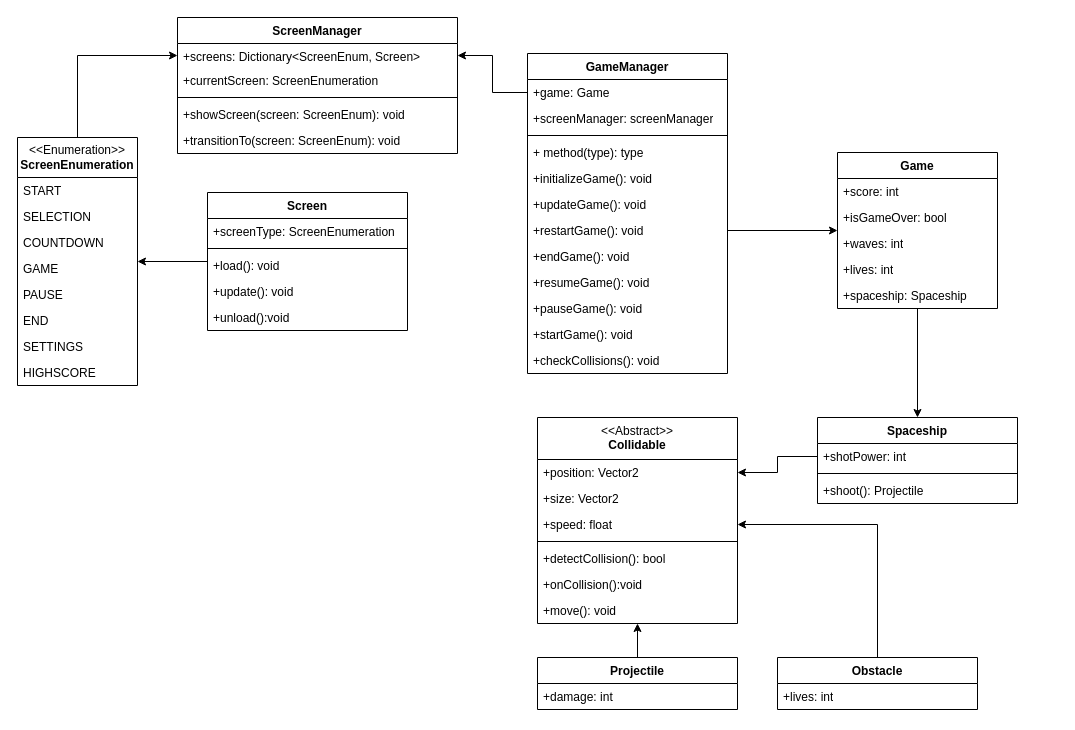
The draw.io diagram Klassendiagramm.drawio in JakobKrug/DrawIO, before the edit. Source tidied: cells renumbered, new cells numbered last; positions are measured from the earlier drawing's top-left corner, leaving out a move shared by most shapes. Both pictures are drawn from the tidied source at 100%, with x=0, y=0 at pixel (17, 17).
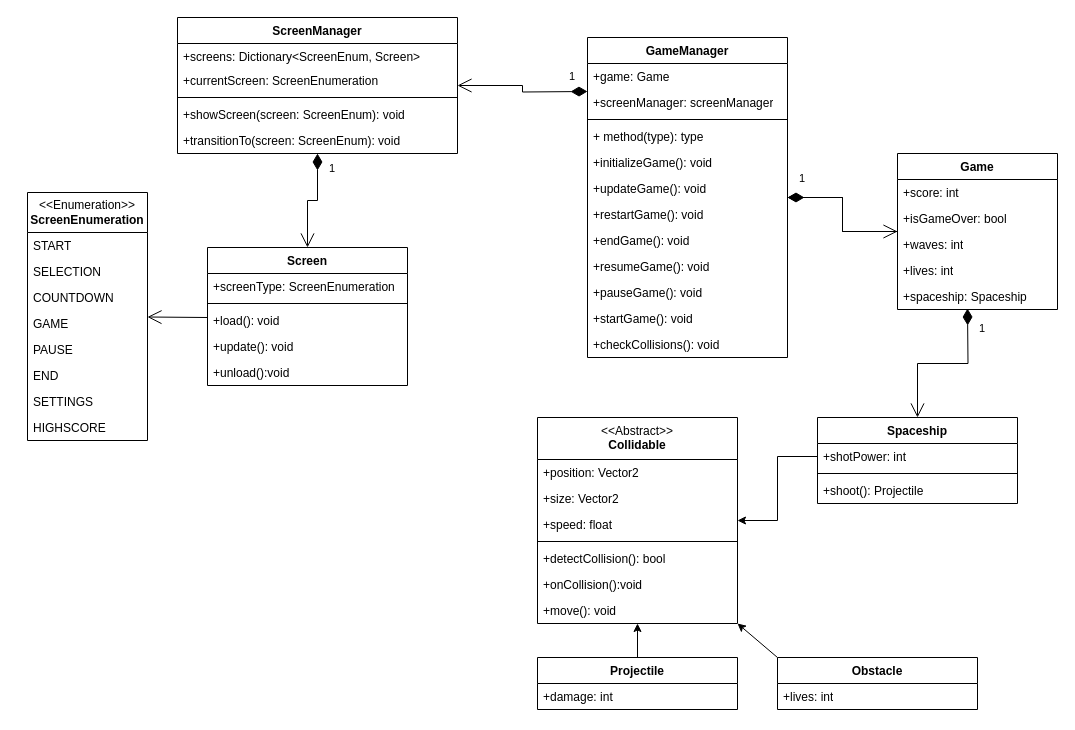
Above is the later version.

Unchanged cells that the change refers to:
```xml
<mxCell id="9" value="ScreenManager" style="swimlane;fontStyle=1;align=center;verticalAlign=top;horizontal=1;startSize=26;whiteSpace=wrap;html=1;" parent="1" vertex="1">
  <mxGeometry x="160" width="280" height="136" as="geometry" />
</mxCell>
<mxCell id="10" value="+screens: Dictionary&amp;lt;ScreenEnum, Screen&amp;gt;" style="text;strokeColor=none;fillColor=none;align=left;verticalAlign=top;spacingLeft=4;spacingRight=4;overflow=hidden;points=[[0,0.5],[1,0.5]];portConstraint=eastwest;whiteSpace=wrap;html=1;" parent="9" vertex="1">
  <mxGeometry y="26" width="280" height="24" as="geometry" />
</mxCell>
<mxCell id="26" value="+game: Game" style="text;strokeColor=none;fillColor=none;align=left;verticalAlign=top;spacingLeft=4;spacingRight=4;overflow=hidden;points=[[0,0.5],[1,0.5]];portConstraint=eastwest;whiteSpace=wrap;html=1;" parent="25" vertex="1">
  <mxGeometry y="26" width="200" height="26" as="geometry" />
</mxCell>
<mxCell id="32" value="+restartGame(): void" style="text;strokeColor=none;fillColor=none;align=left;verticalAlign=top;spacingLeft=4;spacingRight=4;overflow=hidden;points=[[0,0.5],[1,0.5]];portConstraint=eastwest;whiteSpace=wrap;html=1;" parent="25" vertex="1">
  <mxGeometry y="164" width="200" height="26" as="geometry" />
</mxCell>
<mxCell id="45" value="&lt;div&gt;&lt;span style=&quot;font-weight: normal;&quot;&gt;&amp;lt;&amp;lt;Abstract&amp;gt;&amp;gt;&lt;/span&gt;&lt;/div&gt;&lt;div&gt;Collidable&lt;br&gt;&lt;/div&gt;" style="swimlane;fontStyle=1;align=center;verticalAlign=top;horizontal=1;startSize=42;whiteSpace=wrap;html=1;" parent="1" vertex="1">
  <mxGeometry x="520" y="400" width="200" height="206" as="geometry" />
</mxCell>
<mxCell id="46" value="+position: Vector2" style="text;strokeColor=none;fillColor=none;align=left;verticalAlign=top;spacingLeft=4;spacingRight=4;overflow=hidden;points=[[0,0.5],[1,0.5]];portConstraint=eastwest;whiteSpace=wrap;html=1;" parent="45" vertex="1">
  <mxGeometry y="42" width="200" height="26" as="geometry" />
</mxCell>
<mxCell id="48" value="+speed: float" style="text;strokeColor=none;fillColor=none;align=left;verticalAlign=top;spacingLeft=4;spacingRight=4;overflow=hidden;points=[[0,0.5],[1,0.5]];portConstraint=eastwest;whiteSpace=wrap;html=1;" parent="45" vertex="1">
  <mxGeometry y="94" width="200" height="26" as="geometry" />
</mxCell>
<mxCell id="53" value="Spaceship" style="swimlane;fontStyle=1;align=center;verticalAlign=top;horizontal=1;startSize=26;whiteSpace=wrap;html=1;" parent="1" vertex="1">
  <mxGeometry x="800" y="400" width="200" height="86" as="geometry" />
</mxCell>
<mxCell id="54" value="+shotPower: int" style="text;strokeColor=none;fillColor=none;align=left;verticalAlign=top;spacingLeft=4;spacingRight=4;overflow=hidden;points=[[0,0.5],[1,0.5]];portConstraint=eastwest;whiteSpace=wrap;html=1;" parent="53" vertex="1">
  <mxGeometry y="26" width="200" height="26" as="geometry" />
</mxCell>
<mxCell id="58" value="Projectile" style="swimlane;fontStyle=1;align=center;verticalAlign=top;horizontal=1;startSize=26;whiteSpace=wrap;html=1;" parent="1" vertex="1">
  <mxGeometry x="520" y="640" width="200" height="52" as="geometry" />
</mxCell>
<mxCell id="61" value="Obstacle" style="swimlane;fontStyle=1;align=center;verticalAlign=top;horizontal=1;startSize=26;whiteSpace=wrap;html=1;" parent="1" vertex="1">
  <mxGeometry x="760" y="640" width="200" height="52" as="geometry" />
</mxCell>
```

What changed in the source:
```diff
@@
-    <mxCell id="2" style="edgeStyle=orthogonalEdgeStyle;rounded=0;jettySize=auto;html=1;entryX=0.5;entryY=0;entryDx=0;entryDy=0;" parent="1" edge="1" source="3" target="53">
-      <mxGeometry relative="1" as="geometry" />
-    </mxCell>
+    <mxCell id="66" style="edgeStyle=orthogonalEdgeStyle;rounded=0;jettySize=auto;html=1;" parent="1" edge="1" source="3" target="25">
+      <mxGeometry relative="1" as="geometry" />
+    </mxCell>
     <mxCell id="3" value="Game" style="swimlane;fontStyle=1;align=center;verticalAlign=top;horizontal=1;startSize=26;whiteSpace=wrap;html=1;" parent="1" vertex="1">
-      <mxGeometry x="820" y="135" width="160" height="156" as="geometry" />
+      <mxGeometry x="880" y="136" width="160" height="156" as="geometry" />
     </mxCell>
@@
+    <mxCell id="67" value="1" style="endArrow=open;html=1;endSize=12;startArrow=diamondThin;startSize=14;startFill=1;edgeStyle=orthogonalEdgeStyle;align=left;verticalAlign=bottom;rounded=0;entryX=0.5;entryY=0;entryDx=0;entryDy=0;" parent="3" edge="1" target="53">
+      <mxGeometry x="-0.64" y="10" relative="1" as="geometry">
+        <mxPoint x="70" y="155" as="sourcePoint" />
+      </mxGeometry>
+    </mxCell>
@@
-    <mxCell id="15" style="edgeStyle=orthogonalEdgeStyle;rounded=0;jettySize=auto;html=1;entryX=0;entryY=0.5;entryDx=0;entryDy=0;" parent="1" edge="1" source="16" target="10">
-      <mxGeometry relative="1" as="geometry" />
-    </mxCell>
     <mxCell id="16" value="&lt;div&gt;&amp;lt;&amp;lt;Enumeration&amp;gt;&amp;gt;&lt;/div&gt;&lt;div&gt;&lt;b&gt;ScreenEnumeration&lt;/b&gt;&lt;/div&gt;" style="swimlane;fontStyle=0;horizontal=1;startSize=40;fillColor=none;whiteSpace=wrap;html=1;" parent="1" vertex="1">
-      <mxGeometry y="120" width="120" height="248" as="geometry" />
+      <mxGeometry x="10" y="175" width="120" height="248" as="geometry" />
     </mxCell>
@@
     <mxCell id="25" value="GameManager" style="swimlane;fontStyle=1;align=center;verticalAlign=top;horizontal=1;startSize=26;whiteSpace=wrap;html=1;" parent="1" vertex="1">
-      <mxGeometry x="510" y="36" width="200" height="320" as="geometry" />
+      <mxGeometry x="570" y="20" width="200" height="320" as="geometry" />
     </mxCell>
@@
+    <mxCell id="68" value="1" style="endArrow=open;html=1;endSize=12;startArrow=diamondThin;startSize=14;startFill=1;edgeStyle=orthogonalEdgeStyle;align=left;verticalAlign=bottom;rounded=0;" parent="25" edge="1" target="9">
+      <mxGeometry x="-0.71" y="-6" relative="1" as="geometry">
+        <mxPoint y="54" as="sourcePoint" />
+      </mxGeometry>
+    </mxCell>
@@
-    <mxCell id="38" style="edgeStyle=orthogonalEdgeStyle;rounded=0;jettySize=auto;html=1;" parent="1" edge="1" source="39" target="16">
-      <mxGeometry relative="1" as="geometry" />
-    </mxCell>
     <mxCell id="39" value="Screen" style="swimlane;fontStyle=1;align=center;verticalAlign=top;horizontal=1;startSize=26;whiteSpace=wrap;html=1;" parent="1" vertex="1">
-      <mxGeometry x="190" y="175" width="200" height="138" as="geometry" />
+      <mxGeometry x="190" y="230" width="200" height="138" as="geometry" />
     </mxCell>
@@
+    <mxCell id="69" style="endArrow=open;endFill=1;endSize=12;html=1;rounded=0;" parent="39" edge="1" target="16">
+      <mxGeometry relative="1" as="geometry">
+        <mxPoint y="70" as="sourcePoint" />
+      </mxGeometry>
+    </mxCell>
@@
-    <mxCell id="57" style="edgeStyle=orthogonalEdgeStyle;rounded=0;jettySize=auto;html=1;exitX=0.5;exitY=0;exitDx=0;exitDy=0;entryX=0.5;entryY=1;entryDx=0;entryDy=0;" parent="1" edge="1" source="58" target="45">
+    <mxCell id="57" style="edgeStyle=orthogonalEdgeStyle;rounded=0;jettySize=auto;html=1;entryX=0.5;entryY=1;entryDx=0;entryDy=0;" parent="1" edge="1" source="58" target="45">
       <mxGeometry relative="1" as="geometry" />
     </mxCell>
@@
-    <mxCell id="60" style="edgeStyle=orthogonalEdgeStyle;rounded=0;jettySize=auto;html=1;exitX=0.5;exitY=0;exitDx=0;exitDy=0;entryX=1;entryY=0.5;entryDx=0;entryDy=0;" parent="1" edge="1" source="61" target="48">
-      <mxGeometry relative="1" as="geometry" />
-    </mxCell>
+    <mxCell id="70" style="rounded=0;jettySize=auto;html=1;exitX=0;exitY=0;exitDx=0;exitDy=0;entryX=1;entryY=1;entryDx=0;entryDy=0;" parent="1" edge="1" source="61" target="45">
+      <mxGeometry relative="1" as="geometry" />
+    </mxCell>
@@
-    <mxCell id="63" style="edgeStyle=orthogonalEdgeStyle;rounded=0;jettySize=auto;html=1;entryX=1;entryY=0.5;entryDx=0;entryDy=0;" parent="1" edge="1" source="26" target="10">
-      <mxGeometry relative="1" as="geometry" />
-    </mxCell>
-    <mxCell id="64" style="edgeStyle=orthogonalEdgeStyle;rounded=0;jettySize=auto;html=1;exitX=1;exitY=0.5;exitDx=0;exitDy=0;" parent="1" edge="1" source="32" target="3">
-      <mxGeometry relative="1" as="geometry" />
-    </mxCell>
-    <mxCell id="65" style="edgeStyle=orthogonalEdgeStyle;rounded=0;jettySize=auto;html=1;exitX=0;exitY=0.5;exitDx=0;exitDy=0;entryX=1;entryY=0.5;entryDx=0;entryDy=0;" parent="1" edge="1" source="54" target="46">
-      <mxGeometry relative="1" as="geometry" />
-    </mxCell>
+    <mxCell id="71" value="1" style="endArrow=open;html=1;endSize=12;startArrow=diamondThin;startSize=14;startFill=1;edgeStyle=orthogonalEdgeStyle;align=left;verticalAlign=bottom;rounded=0;entryX=0.5;entryY=0;entryDx=0;entryDy=0;" parent="1" edge="1" source="9" target="39">
+      <mxGeometry x="-0.54" y="10" relative="1" as="geometry" />
+    </mxCell>
+    <mxCell id="72" style="edgeStyle=orthogonalEdgeStyle;rounded=0;jettySize=auto;html=1;" parent="1" edge="1" source="54" target="45">
+      <mxGeometry relative="1" as="geometry" />
+    </mxCell>
+    <mxCell id="73" value="1" style="endArrow=open;html=1;endSize=12;startArrow=diamondThin;startSize=14;startFill=1;edgeStyle=orthogonalEdgeStyle;align=left;verticalAlign=bottom;rounded=0;" parent="1" edge="1" source="25" target="3">
+      <mxGeometry x="-0.86" y="10" relative="1" as="geometry" />
+    </mxCell>
```
